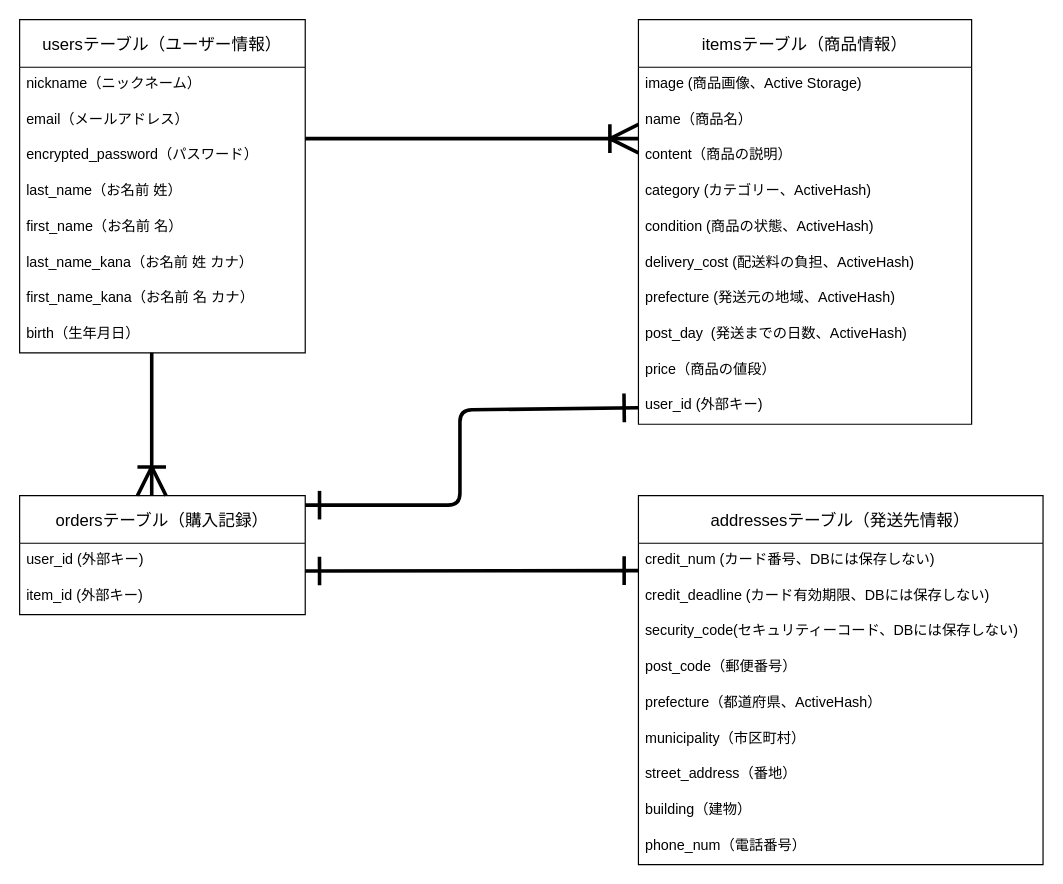
This is furima_db.dio from Ninoyanen/furima-39792, a draw.io file, before an edit. Source tidied: cells renumbered, new cells numbered last; positions are measured from the earlier drawing's top-left corner, leaving out a move shared by most shapes. Both pictures are drawn from the tidied source at 119%, with x=0, y=0 at pixel (19, 19).
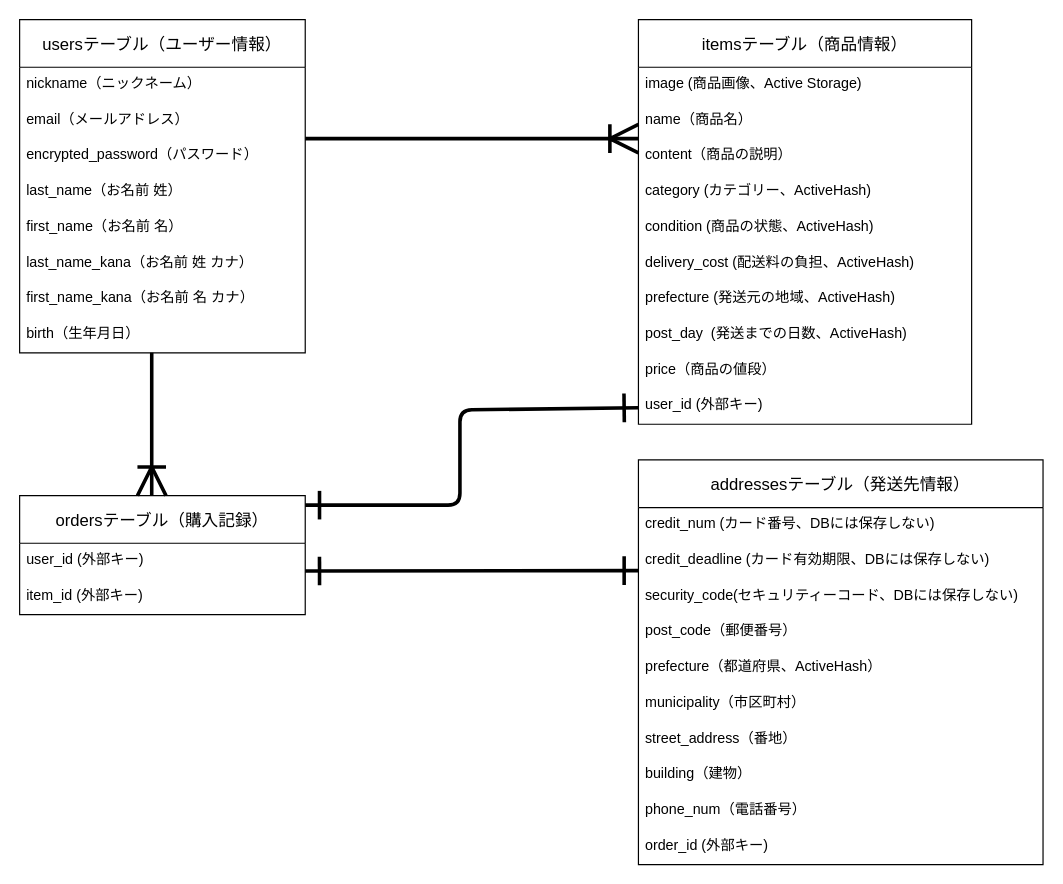
The same page after the edit.

Commit message (it also covers changes not shown here):
データベース設計 修正後

Diff of the diagram source:
```diff
@@
     <mxCell id="25" value="addressesテーブル（発送先情報）" style="swimlane;fontStyle=0;horizontal=1;startSize=40;align=center;fontSize=14;" parent="1" vertex="1">
-      <mxGeometry x="520" y="400" width="340" height="310" as="geometry" />
+      <mxGeometry x="520" y="370" width="340" height="340" as="geometry" />
     </mxCell>
@@
+    <mxCell id="39" value="order_id (外部キー)" style="text;strokeColor=none;fillColor=none;spacingLeft=4;spacingRight=4;overflow=hidden;fontSize=12;" parent="25" vertex="1">
+      <mxGeometry y="310" width="340" height="30" as="geometry" />
+    </mxCell>
```
